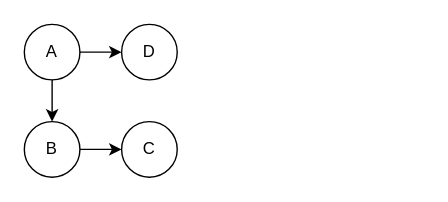
Above: ged_example.drawio in ToJ112/pic-md (draw.io), before the change. Source tidied: cells renumbered, new cells numbered last; positions are measured from the earlier drawing's top-left corner, leaving out a move shared by most shapes. Both pictures are drawn from the tidied source at 139%, with x=0, y=0 at pixel (24, 24).
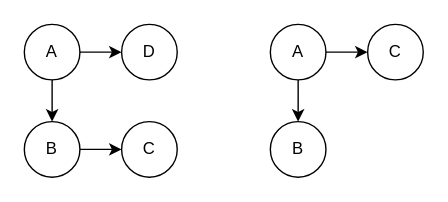
The same page after the edit.

Change to the diagram source:
```diff
@@
 <mxGraphModel>
   <root>
     <mxCell id="0" />
     <mxCell id="1" parent="0" />
     <mxCell id="2" style="edgeStyle=orthogonalEdgeStyle;rounded=0;jettySize=auto;html=1;exitX=0.5;exitY=1;exitDx=0;exitDy=0;" parent="1" edge="1" source="4" target="6">
       <mxGeometry relative="1" as="geometry" />
     </mxCell>
     <mxCell id="3" style="edgeStyle=orthogonalEdgeStyle;rounded=0;jettySize=auto;html=1;" parent="1" edge="1" source="4" target="8">
       <mxGeometry relative="1" as="geometry" />
     </mxCell>
     <mxCell id="4" value="A" style="ellipse;whiteSpace=wrap;html=1;" parent="1" vertex="1">
       <mxGeometry width="40" height="40" as="geometry" />
     </mxCell>
     <mxCell id="5" style="edgeStyle=orthogonalEdgeStyle;rounded=0;jettySize=auto;html=1;" parent="1" edge="1" source="6" target="7">
       <mxGeometry relative="1" as="geometry" />
     </mxCell>
     <mxCell id="6" value="B" style="ellipse;whiteSpace=wrap;html=1;" parent="1" vertex="1">
       <mxGeometry y="70" width="40" height="40" as="geometry" />
     </mxCell>
     <mxCell id="7" value="C" style="ellipse;whiteSpace=wrap;html=1;" parent="1" vertex="1">
       <mxGeometry x="70" y="70" width="40" height="40" as="geometry" />
     </mxCell>
     <mxCell id="8" value="D" style="ellipse;whiteSpace=wrap;html=1;" parent="1" vertex="1">
       <mxGeometry x="70" width="40" height="40" as="geometry" />
     </mxCell>
+    <mxCell id="9" style="edgeStyle=orthogonalEdgeStyle;rounded=0;jettySize=auto;html=1;" parent="1" edge="1" source="11" target="12">
+      <mxGeometry relative="1" as="geometry" />
+    </mxCell>
+    <mxCell id="10" style="edgeStyle=orthogonalEdgeStyle;rounded=0;jettySize=auto;html=1;" parent="1" edge="1" source="11" target="13">
+      <mxGeometry relative="1" as="geometry" />
+    </mxCell>
+    <mxCell id="11" value="A" style="ellipse;whiteSpace=wrap;html=1;" parent="1" vertex="1">
+      <mxGeometry x="177" width="40" height="40" as="geometry" />
+    </mxCell>
+    <mxCell id="12" value="B" style="ellipse;whiteSpace=wrap;html=1;" parent="1" vertex="1">
+      <mxGeometry x="177" y="70" width="40" height="40" as="geometry" />
+    </mxCell>
+    <mxCell id="13" value="C" style="ellipse;whiteSpace=wrap;html=1;" parent="1" vertex="1">
+      <mxGeometry x="247" width="40" height="40" as="geometry" />
+    </mxCell>
   </root>
 </mxGraphModel>
```
